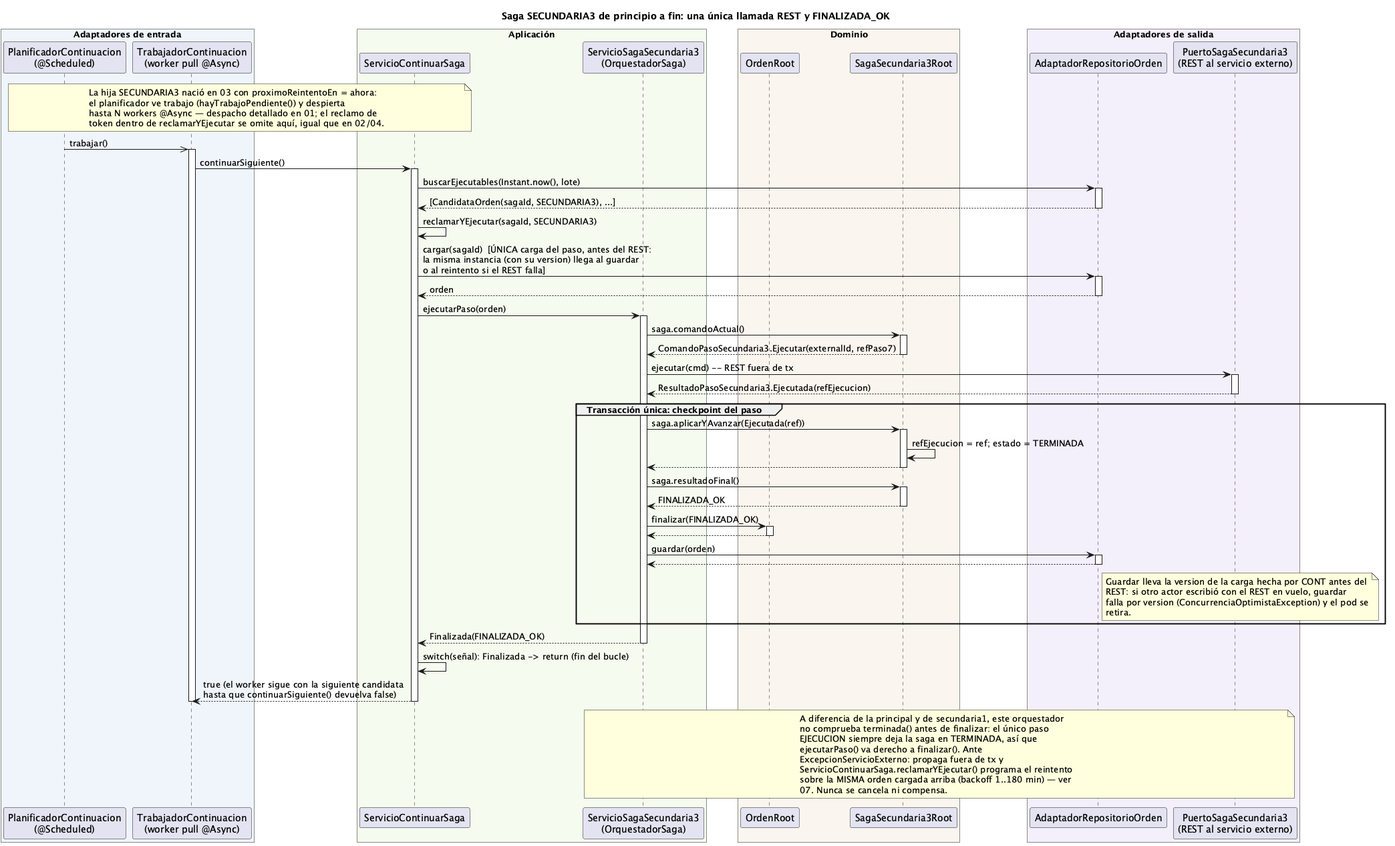
Above: order-manager/docs/06-saga-secundaria3.png in ralcazar/patrones (PlantUML), before the change.
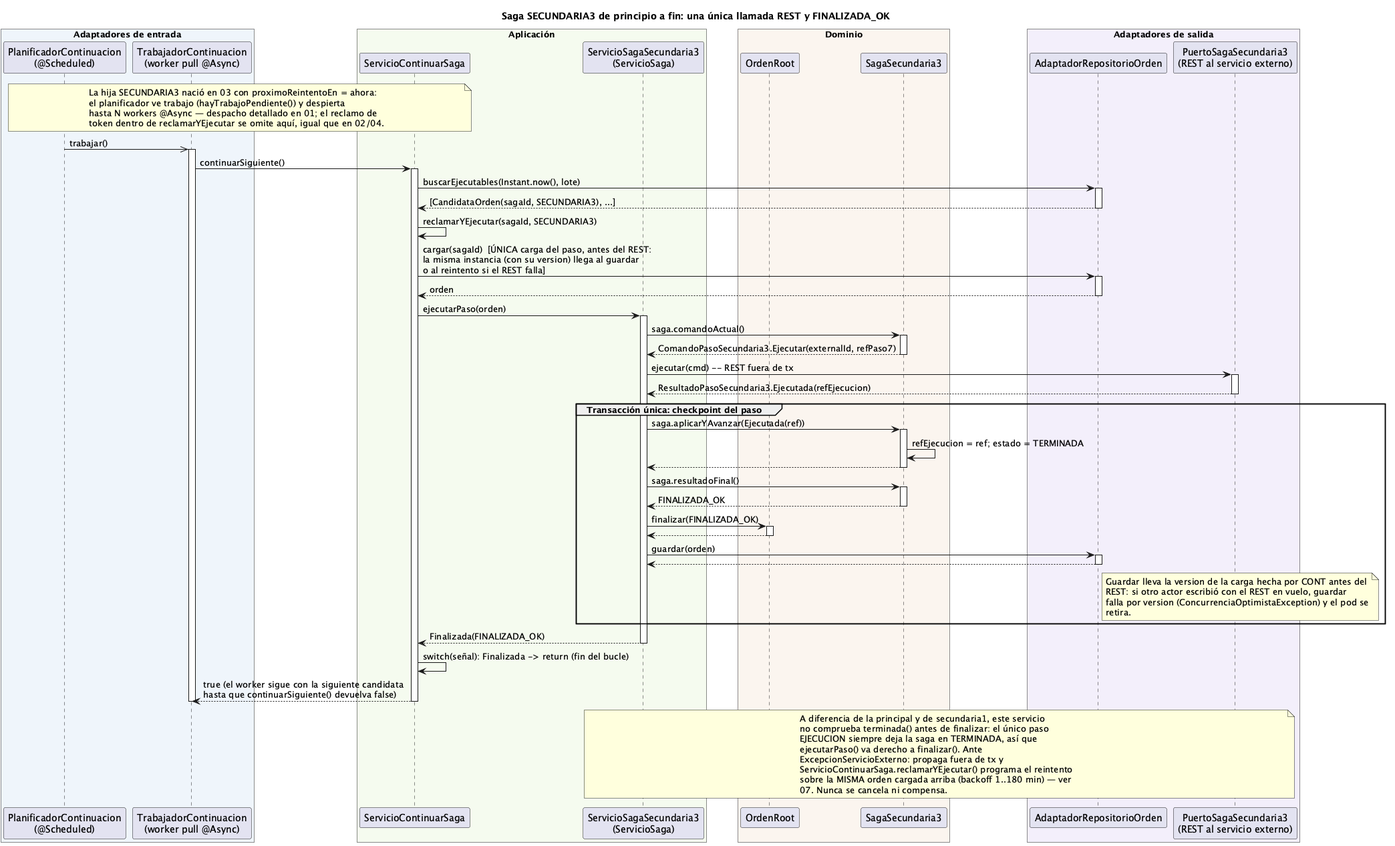
Later version of the same file.

Change to the diagram source:
```diff
@@ -7,11 +7,11 @@
 end box
 box "Aplicación" #F5FBEF
   participant "ServicioContinuarSaga" as CONT
-  participant "ServicioSagaSecundaria3\n(OrquestadorSaga)" as ORQ
+  participant "ServicioSagaSecundaria3\n(ServicioSaga)" as ORQ
 end box
 box "Dominio" #FBF5EF
   participant "OrdenRoot" as ORDEN
-  participant "SagaSecundaria3Root" as SAGA
+  participant "SagaSecundaria3" as SAGA
 end box
 box "Adaptadores de salida" #F3EFFB
   participant "AdaptadorRepositorioOrden" as REPO
@@ -61,7 +61,7 @@
 deactivate TRAB
 
 note over ORQ, PSIM
-  A diferencia de la principal y de secundaria1, este orquestador
+  A diferencia de la principal y de secundaria1, este servicio
   no comprueba terminada() antes de finalizar: el único paso
   EJECUCION siempre deja la saga en TERMINADA, así que
   ejecutarPaso() va derecho a finalizar(). Ante
```
